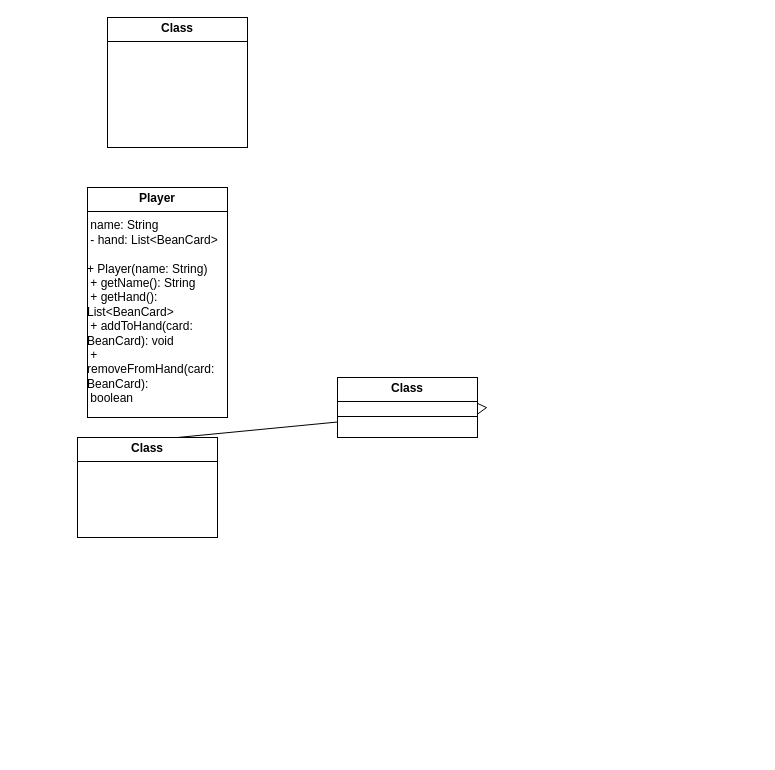
steveoscar12/SoftwareDesignProjectSteve keeps this draw.io diagram as Unbenanntes Diagramm.drawio. Above is the earlier version. Source tidied: cells renumbered, new cells numbered last; positions are measured from the earlier drawing's top-left corner, leaving out a move shared by most shapes. Both pictures are drawn from the tidied source at 100%, with x=0, y=0 at pixel (77, 17).
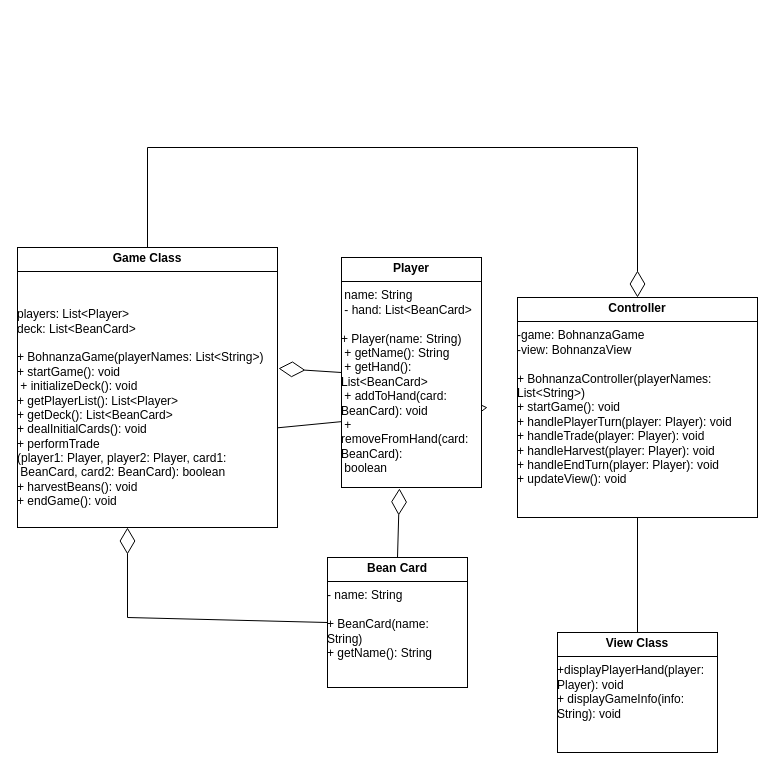
Above is the later version.

Diff of the diagram source:
```diff
@@
 <mxGraphModel>
   <root>
     <mxCell id="0" />
     <mxCell id="1" parent="0" />
     <mxCell id="2" style="endArrow=diamondThin;endFill=0;endSize=24;html=1;rounded=0;exitX=0.5;exitY=0;exitDx=0;exitDy=0;entryX=0.5;entryY=1;entryDx=0;entryDy=0;" parent="1" edge="1">
       <mxGeometry relative="1" as="geometry">
         <mxPoint x="100" y="420" as="sourcePoint" />
         <mxPoint x="410" y="390" as="targetPoint" />
       </mxGeometry>
     </mxCell>
-    <mxCell id="3" value="&lt;p style=&quot;margin:0px;margin-top:4px;text-align:center;&quot;&gt;&lt;b&gt;Class&lt;/b&gt;&lt;/p&gt;&lt;hr size=&quot;1&quot; style=&quot;border-style:solid;&quot;/&gt;&lt;div style=&quot;height:2px;&quot;&gt;&lt;/div&gt;&lt;hr size=&quot;1&quot; style=&quot;border-style:solid;&quot;/&gt;&lt;div style=&quot;height:2px;&quot;&gt;&lt;/div&gt;" style="verticalAlign=top;align=left;overflow=fill;html=1;whiteSpace=wrap;" parent="1" vertex="1">
-      <mxGeometry x="260" y="360" width="140" height="60" as="geometry" />
-    </mxCell>
-    <mxCell id="4" value="&lt;p style=&quot;margin:0px;margin-top:4px;text-align:center;&quot;&gt;&lt;b&gt;Class&lt;/b&gt;&lt;/p&gt;&lt;hr style=&quot;border-style:solid;&quot; size=&quot;1&quot;&gt;&lt;div style=&quot;height:2px;&quot;&gt;&lt;br/&gt;&lt;br/&gt;&lt;p style=&quot;language:de;margin-top:0pt;margin-bottom:0pt;margin-left:0in;&lt;br/&gt;text-align:center;direction:ltr;unicode-bidi:embed;mso-line-break-override:&lt;br/&gt;none;word-break:normal;punctuation-wrap:hanging&quot;&gt;&amp;nbsp;&lt;/p&gt;&lt;br/&gt;&lt;br/&gt;&lt;/div&gt;" style="verticalAlign=top;align=left;overflow=fill;html=1;whiteSpace=wrap;" parent="1" vertex="1">
-      <mxGeometry x="30" width="140" height="130" as="geometry" />
+    <mxCell id="4" value="&lt;p style=&quot;margin:0px;margin-top:4px;text-align:center;&quot;&gt;&lt;b&gt;Bean Card&lt;/b&gt;&lt;br&gt;&lt;/p&gt;&lt;hr style=&quot;border-style:solid;&quot; size=&quot;1&quot;&gt;&lt;div style=&quot;height:2px;&quot;&gt;- name: String&lt;p style=&quot;language:de;margin-top:0pt;margin-bottom:0pt;margin-left:0in;&lt;br/&gt;text-align:center;direction:ltr;unicode-bidi:embed;mso-line-break-override:&lt;br/&gt;none;word-break:normal;punctuation-wrap:hanging&quot;&gt;&lt;br&gt;+ BeanCard(name: String) &amp;nbsp;&lt;br&gt;+ getName(): String &lt;br&gt;&lt;br&gt;&lt;/p&gt;&lt;br&gt;&lt;br&gt;&lt;/div&gt;" style="verticalAlign=top;align=left;overflow=fill;html=1;whiteSpace=wrap;" parent="1" vertex="1">
+      <mxGeometry x="250" y="540" width="140" height="130" as="geometry" />
     </mxCell>
-    <mxCell id="5" value="&lt;p style=&quot;margin:0px;margin-top:4px;text-align:center;&quot;&gt;&lt;b&gt;Class&lt;/b&gt;&lt;/p&gt;&lt;hr style=&quot;border-style:solid;&quot; size=&quot;1&quot;&gt;&lt;div style=&quot;height:2px;&quot;&gt;&lt;br/&gt;&lt;br/&gt;&lt;p style=&quot;language:de;margin-top:0pt;margin-bottom:0pt;margin-left:0in;&lt;br/&gt;text-align:center;direction:ltr;unicode-bidi:embed;mso-line-break-override:&lt;br/&gt;none;word-break:normal;punctuation-wrap:hanging&quot;&gt;&amp;nbsp;&lt;/p&gt;&lt;br/&gt;&lt;br/&gt;&lt;/div&gt;" style="verticalAlign=top;align=left;overflow=fill;html=1;whiteSpace=wrap;" parent="1" vertex="1">
-      <mxGeometry y="420" width="140" height="100" as="geometry" />
+    <mxCell id="5" value="&lt;p style=&quot;margin:0px;margin-top:4px;text-align:center;&quot;&gt;&lt;b&gt;Game Class&lt;/b&gt;&lt;br&gt;&lt;/p&gt;&lt;hr style=&quot;border-style:solid;&quot; size=&quot;1&quot;&gt;&lt;div style=&quot;height:2px;&quot;&gt;&lt;br&gt;&lt;br&gt;players: List&amp;lt;Player&amp;gt; &lt;br&gt;deck: List&amp;lt;BeanCard&amp;gt;&lt;br&gt;&lt;br&gt;+ BohnanzaGame(playerNames: List&amp;lt;String&amp;gt;) &lt;br&gt;+ startGame(): void &lt;br&gt;&amp;nbsp;+ initializeDeck(): void &lt;br&gt;+ getPlayerList(): List&amp;lt;Player&amp;gt; &lt;br&gt;+ getDeck(): List&amp;lt;BeanCard&amp;gt; &lt;br&gt;+ dealInitialCards(): void &lt;br&gt;+ performTrade&lt;br&gt;(player1: Player, player2: Player, card1:&lt;br&gt;&amp;nbsp;BeanCard, card2: BeanCard): boolean &lt;br&gt;+ harvestBeans(): void &lt;br&gt;+ endGame(): void &lt;br&gt;&lt;br&gt;&lt;br&gt;&lt;br&gt;&lt;/div&gt;" style="verticalAlign=top;align=left;overflow=fill;html=1;whiteSpace=wrap;" parent="1" vertex="1">
+      <mxGeometry x="-60" y="230" width="260" height="280" as="geometry" />
     </mxCell>
     <mxCell id="6" value="&lt;p style=&quot;margin:0px;margin-top:4px;text-align:center;&quot;&gt;&lt;b&gt;Player&lt;/b&gt;&lt;br&gt;&lt;/p&gt;&lt;hr style=&quot;border-style:solid;&quot; size=&quot;1&quot;&gt;&lt;div style=&quot;height:2px;&quot;&gt;&amp;nbsp;name: String &lt;br&gt;&amp;nbsp;- hand: List&amp;lt;BeanCard&amp;gt;&lt;br&gt;&lt;br&gt;+ Player(name: String) &lt;br&gt;&amp;nbsp;+ getName(): String &lt;br&gt;&amp;nbsp;+ getHand(): List&amp;lt;BeanCard&amp;gt; &lt;br&gt;&amp;nbsp;+ addToHand(card: BeanCard): void&lt;br&gt;&amp;nbsp;+ removeFromHand(card: BeanCard):&lt;br&gt;&amp;nbsp;boolean &lt;br&gt;&lt;br&gt;&lt;br&gt;&lt;/div&gt;" style="verticalAlign=top;align=left;overflow=fill;html=1;whiteSpace=wrap;" parent="1" vertex="1">
-      <mxGeometry x="10" y="170" width="140" height="230" as="geometry" />
+      <mxGeometry x="264" y="240" width="140" height="230" as="geometry" />
     </mxCell>
+    <mxCell id="7" style="endArrow=diamondThin;endFill=0;endSize=24;html=1;rounded=0;fontFamily=Helvetica;fontSize=12;fontColor=default;exitX=0.5;exitY=0;exitDx=0;exitDy=0;entryX=0.414;entryY=1.004;entryDx=0;entryDy=0;entryPerimeter=0;" parent="1" edge="1" source="4" target="6">
+      <mxGeometry relative="1" as="geometry" />
+    </mxCell>
+    <mxCell id="8" style="endArrow=diamondThin;endFill=0;endSize=24;html=1;rounded=0;fontFamily=Helvetica;fontSize=12;fontColor=default;exitX=0;exitY=0.5;exitDx=0;exitDy=0;entryX=1.004;entryY=0.432;entryDx=0;entryDy=0;entryPerimeter=0;" parent="1" edge="1" source="6" target="5">
+      <mxGeometry relative="1" as="geometry" />
+    </mxCell>
+    <mxCell id="9" style="endArrow=diamondThin;endFill=0;endSize=24;html=1;rounded=0;fontFamily=Helvetica;fontSize=12;fontColor=default;exitX=0;exitY=0.5;exitDx=0;exitDy=0;entryX=0.423;entryY=1;entryDx=0;entryDy=0;entryPerimeter=0;" parent="1" edge="1" source="4" target="5">
+      <mxGeometry relative="1" as="geometry">
+        <Array as="points">
+          <mxPoint x="50" y="600" />
+        </Array>
+      </mxGeometry>
+    </mxCell>
+    <mxCell id="10" value="&lt;p style=&quot;margin:0px;margin-top:4px;text-align:center;&quot;&gt;&lt;b&gt;Controller&lt;/b&gt;&lt;/p&gt;&lt;hr style=&quot;border-style:solid;&quot; size=&quot;1&quot;&gt;&lt;div style=&quot;height:2px;&quot;&gt;-game: BohnanzaGame &lt;br&gt;-view: BohnanzaView &lt;br&gt;&lt;br&gt;+ BohnanzaController(playerNames: List&amp;lt;String&amp;gt;) &lt;br&gt;+ startGame(): void &lt;br&gt;+ handlePlayerTurn(player: Player): void &lt;br&gt;+ handleTrade(player: Player): void &lt;br&gt;+ handleHarvest(player: Player): void &lt;br&gt;+ handleEndTurn(player: Player): void &lt;br&gt;+ updateView(): void &lt;br&gt;&lt;br&gt;&lt;/div&gt;" style="verticalAlign=top;align=left;overflow=fill;html=1;whiteSpace=wrap;strokeColor=default;fontFamily=Helvetica;fontSize=12;fontColor=default;fillColor=default;" parent="1" vertex="1">
+      <mxGeometry x="440" y="280" width="240" height="220" as="geometry" />
+    </mxCell>
+    <mxCell id="11" value="&lt;p style=&quot;margin:0px;margin-top:4px;text-align:center;&quot;&gt;&lt;b&gt;View Class&lt;br&gt;&lt;/b&gt;&lt;/p&gt;&lt;hr style=&quot;border-style:solid;&quot; size=&quot;1&quot;&gt;&lt;div style=&quot;height:2px;&quot;&gt;+displayPlayerHand(player: Player): void &lt;br&gt;+ displayGameInfo(info: String): void &lt;br&gt;&lt;br&gt;&lt;/div&gt;" style="verticalAlign=top;align=left;overflow=fill;html=1;whiteSpace=wrap;strokeColor=default;fontFamily=Helvetica;fontSize=12;fontColor=default;fillColor=default;" parent="1" vertex="1">
+      <mxGeometry x="480" y="615" width="160" height="120" as="geometry" />
+    </mxCell>
+    <mxCell id="12" style="endArrow=none;html=1;rounded=0;fontFamily=Helvetica;fontSize=12;fontColor=default;exitX=0.5;exitY=0;exitDx=0;exitDy=0;entryX=0.5;entryY=1;entryDx=0;entryDy=0;" parent="1" edge="1" source="11" target="10">
+      <mxGeometry relative="1" as="geometry" />
+    </mxCell>
+    <mxCell id="13" style="endArrow=diamondThin;endFill=0;endSize=24;html=1;rounded=0;fontFamily=Helvetica;fontSize=12;fontColor=default;exitX=0.5;exitY=0;exitDx=0;exitDy=0;entryX=0.5;entryY=0;entryDx=0;entryDy=0;" parent="1" edge="1" source="5" target="10">
+      <mxGeometry relative="1" as="geometry">
+        <Array as="points">
+          <mxPoint x="70" y="130" />
+          <mxPoint x="560" y="130" />
+        </Array>
+      </mxGeometry>
+    </mxCell>
   </root>
 </mxGraphModel>
```
